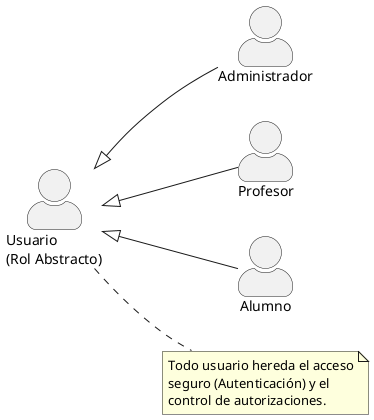
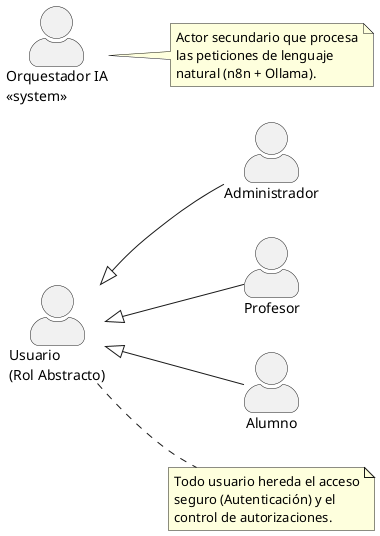
@startuml
skinparam actorStyle awesome
left to right direction

actor "Usuario\n(Rol Abstracto)" as User

actor "Administrador" as Admin
actor "Profesor" as Prof
actor "Alumno" as Alum

+ actor "Orquestador IA\n<<system>>" as IA
+ 
User <|-- Admin
User <|-- Prof
User <|-- Alum

note right of User
  Todo usuario hereda el acceso
  seguro (Autenticación) y el
  control de autorizaciones.
end note
+ 
+ note right of IA
+   Actor secundario que procesa
+   las peticiones de lenguaje
+   natural (n8n + Ollama).
+ end note
@enduml